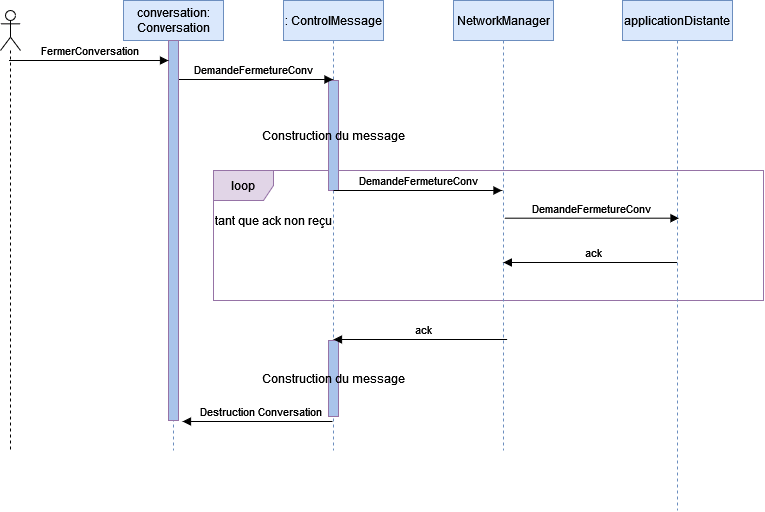
Before: Projet/UML/Images/fermeture_clavardage.drawio.png, a diagram exported from draw.io (Newglear/UF_projet_java). Source tidied: cells renumbered, new cells last; positions are measured from the earlier drawing's top-left corner, leaving out a move shared by most shapes.
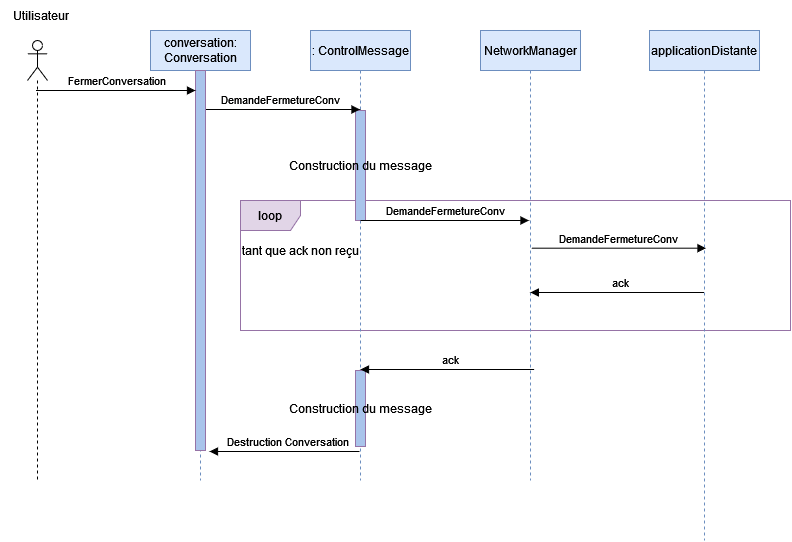
Later version of the same file.

Diff of the diagram source:
```diff
@@ -93,5 +93,8 @@
         <mxPoint x="168" y="60" as="targetPoint" />
       </mxGeometry>
     </mxCell>
+    <mxCell id="20" value="Utilisateur" style="text;html=1;align=center;verticalAlign=middle;strokeColor=none;fillColor=none;" parent="1" vertex="1">
+      <mxGeometry x="-27" y="-30" width="80" height="30" as="geometry" />
+    </mxCell>
   </root>
 </mxGraphModel>
```
